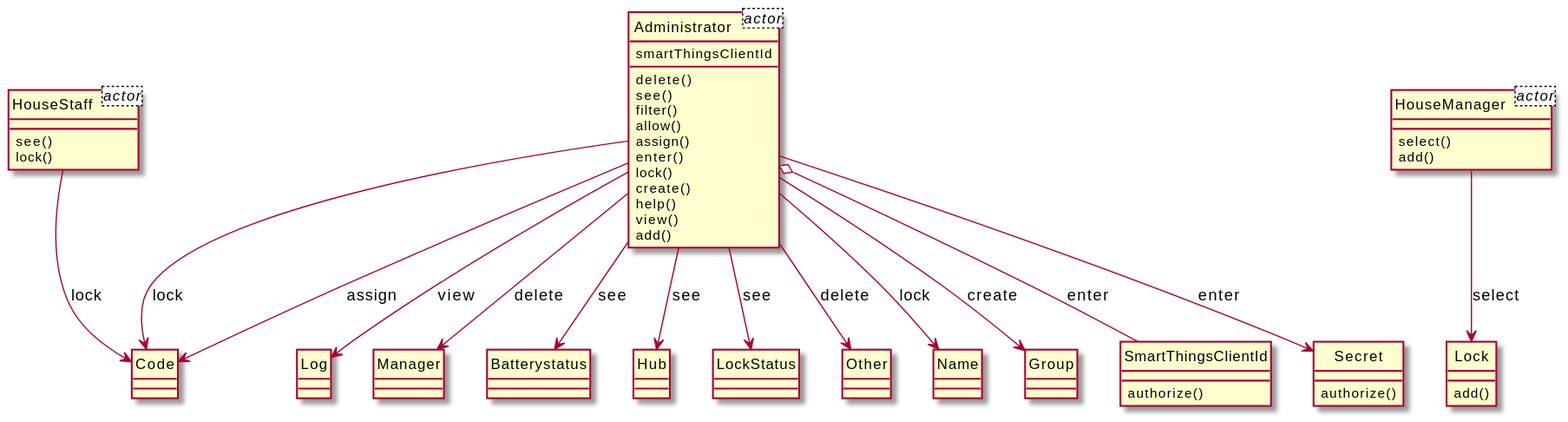
xixixhalu/DomainModelExtractor keeps this PlantUML diagram as output/diagram_5/2017-USC-Project05.svg. Above is the earlier version.
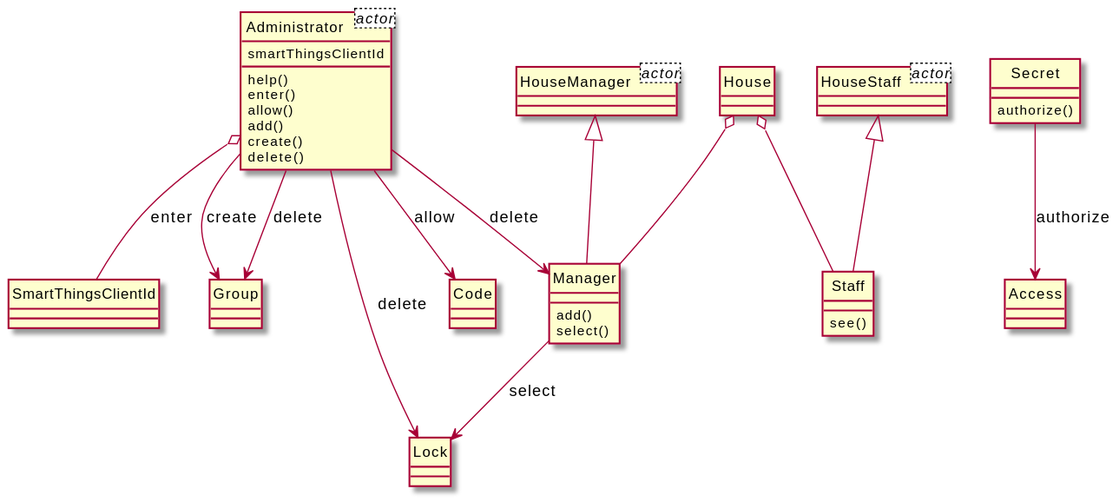
Later version of the same file.

What changed in the source:
```diff
@@ -7,66 +7,50 @@
 }
 class HouseStaff<actor> {
 }
+class House {
+}
+class Staff {
+	see()
+}
 class Administrator {
+	help()
+	enter()
+	allow()
+	add()
+	create()
 	delete()
-	see()
-	filter()
-	allow()
-	assign()
-	enter()
-	lock()
-	create()
-	help()
-	view()
-	add()
 }
 class Secret {
 	authorize()
 }
-class Code {
-}
-class Log {
+class Access {
 }
 class Manager {
-}
-class HouseManager {
+	add()
 	select()
-	add()
-}
-class HouseStaff {
-	see()
-	lock()
-}
-class Batterystatus {
-}
-class Hub {
-}
-class LockStatus {
-}
-class Other {
-}
-class Name {
 }
 class Lock {
-	add()
+}
+class Code {
 }
 class Group {
 }
 class SmartThingsClientId {
-	authorize()
 }
-HouseManager --> Lock : select
-Administrator --> Hub : see
-Administrator --> Code : lock
+class HouseManager {
+}
+class HouseStaff {
+}
+Administrator --> Group : delete
+Administrator --> Lock : delete
+Administrator --> Manager : delete
+Secret --> Access : authorize
 Administrator o-- SmartThingsClientId : enter
-Administrator --> Secret : enter
-Administrator --> Log : view
-Administrator --> Name : lock
+Administrator --> Code : allow
+HouseManager <|-- Manager
+House o-- Staff
 Administrator --> Group : create
-Administrator --> LockStatus : see
-Administrator --> Batterystatus : see
-Administrator --> Manager : delete
-Administrator --> Other : delete
-HouseStaff --> Code : lock
-Administrator --> Code : assign
+HouseStaff <|-- Staff
+Manager --> Lock : select
+House o-- Manager
 @enduml
```
